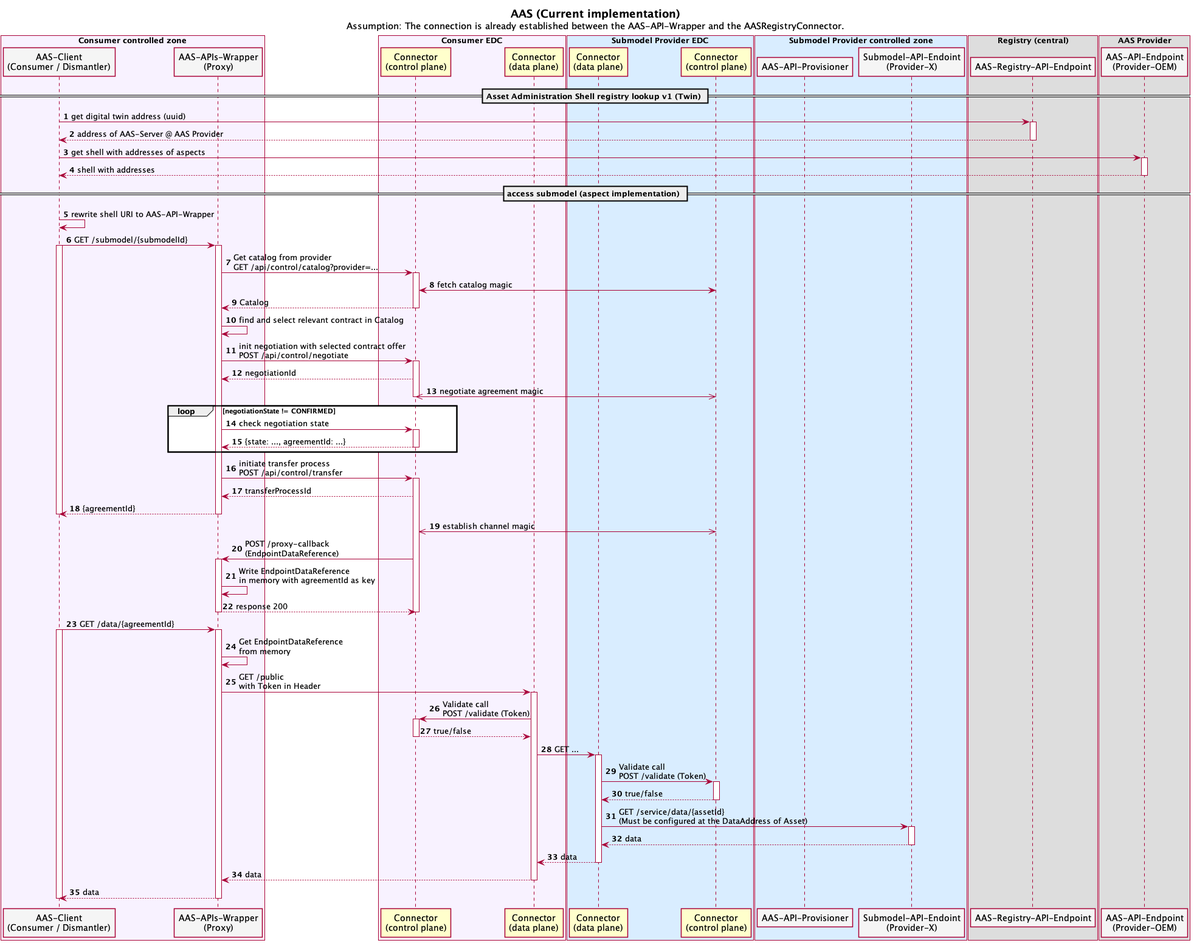
Above: eclipsedataspaceconnector/api-wrapper/docs/current.png in eclipse/tractusx (PlantUML), before the change.
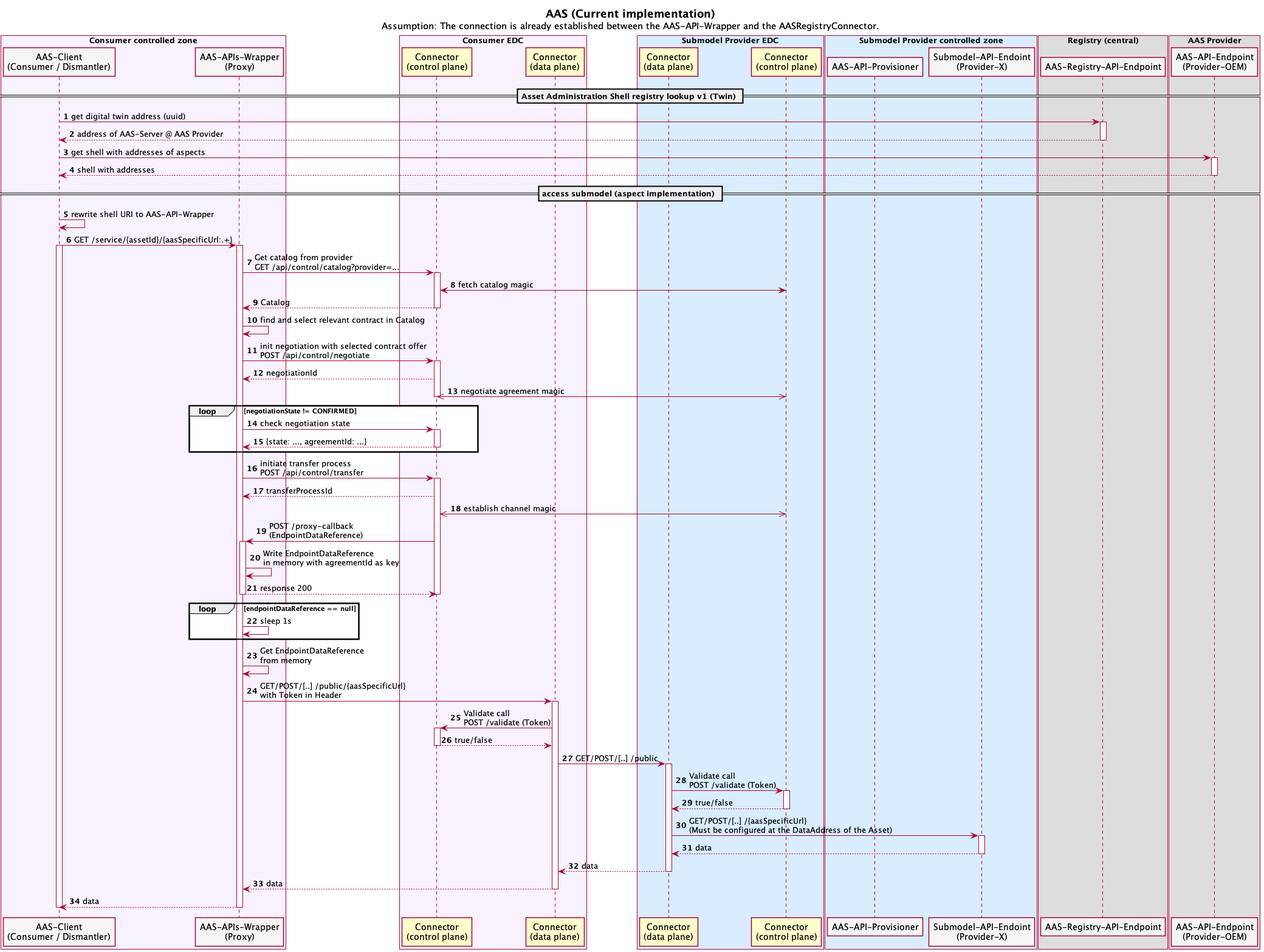
After the change.

Commit message:
Documentation: Update sequence diagram of api-wrapper (#515)

Diff of the diagram source:
```diff
@@ -64,57 +64,49 @@
 == access submodel (aspect implementation) ==
 AASClient -> AASClient: rewrite shell URI to AAS-API-Wrapper
 
-AASClient -> AASAPIWrapper: GET /submodel/{submodelId}
+AASClient -> AASAPIWrapper: GET /service/{assetId}/{aasSpecificUrl:.+}
 activate AASClient
     activate AASAPIWrapper
-        AASAPIWrapper -> ConsumerControl++: Get catalog from provider\nGET /api/control/catalog?provider=...
-        ConsumerControl <-> ProviderControl: fetch catalog magic
-        return Catalog
-        AASAPIWrapper -> AASAPIWrapper: find and select relevant contract in Catalog
-        AASAPIWrapper -> ConsumerControl: init negotiation with selected contract offer\nPOST /api/control/negotiate
-        activate ConsumerControl
-            AASAPIWrapper <-- ConsumerControl: negotiationId
-            ConsumerControl <<->> ProviderControl: negotiate agreement magic
-        deactivate ConsumerControl
+            AASAPIWrapper -> ConsumerControl++: Get catalog from provider\nGET /api/control/catalog?provider=...
+            ConsumerControl <-> ProviderControl: fetch catalog magic
+            return Catalog
+            AASAPIWrapper -> AASAPIWrapper: find and select relevant contract in Catalog
+            AASAPIWrapper -> ConsumerControl: init negotiation with selected contract offer\nPOST /api/control/negotiate
+            activate ConsumerControl
+                AASAPIWrapper <-- ConsumerControl: negotiationId
+                ConsumerControl <<->> ProviderControl: negotiate agreement magic
+            deactivate ConsumerControl
 
-        loop negotiationState != CONFIRMED
-            AASAPIWrapper -> ConsumerControl ++: check negotiation state
-            return {state: ..., agreementId: ...}
-        end
-
+            loop negotiationState != CONFIRMED
+                AASAPIWrapper -> ConsumerControl ++: check negotiation state
+                return {state: ..., agreementId: ...}
+            end
         AASAPIWrapper -> ConsumerControl: initiate transfer process\nPOST /api/control/transfer
-
         activate ConsumerControl
             AASAPIWrapper <-- ConsumerControl: transferProcessId
 
-        AASClient <-- AASAPIWrapper: {agreementId}
-    deactivate AASAPIWrapper
-deactivate AASClient
-
             ConsumerControl <<->> ProviderControl: establish channel magic
-
-
 
             AASAPIWrapper <- ConsumerControl++: POST /proxy-callback\n(EndpointDataReference)
                 AASAPIWrapper -> AASAPIWrapper: Write EndpointDataReference\nin memory with agreementId as key
             return response 200
         deactivate ConsumerControl
 
-
-AASClient -> AASAPIWrapper++: GET /data/{agreementId}
-activate AASClient
+        loop endpointDataReference == null
+            AASAPIWrapper -> AASAPIWrapper: sleep 1s
+        end
         AASAPIWrapper -> AASAPIWrapper: Get EndpointDataReference\nfrom memory
 
-        AASAPIWrapper -> ConsumerData ++: GET /public\nwith Token in Header
+        AASAPIWrapper -> ConsumerData ++: GET/POST/[..] /public/{aasSpecificUrl}\nwith Token in Header
             ConsumerData -> ConsumerControl ++: Validate call\nPOST /validate (Token)
             return true/false
 
-            ConsumerData -> ProviderData ++: GET ...
+            ConsumerData -> ProviderData ++: GET/POST/[..] /public
 
                 ProviderData -> ProviderControl ++: Validate call\nPOST /validate (Token)
                 return true/false
 
-                ProviderData -> SubmodelBackendServer ++: GET /service/data/{assetId}\n(Must be configured at the DataAddress of Asset)
+                ProviderData -> SubmodelBackendServer ++: GET/POST/[..] /{aasSpecificUrl}\n(Must be configured at the DataAddress of the Asset)
                 return data
             return data
         return data
```
